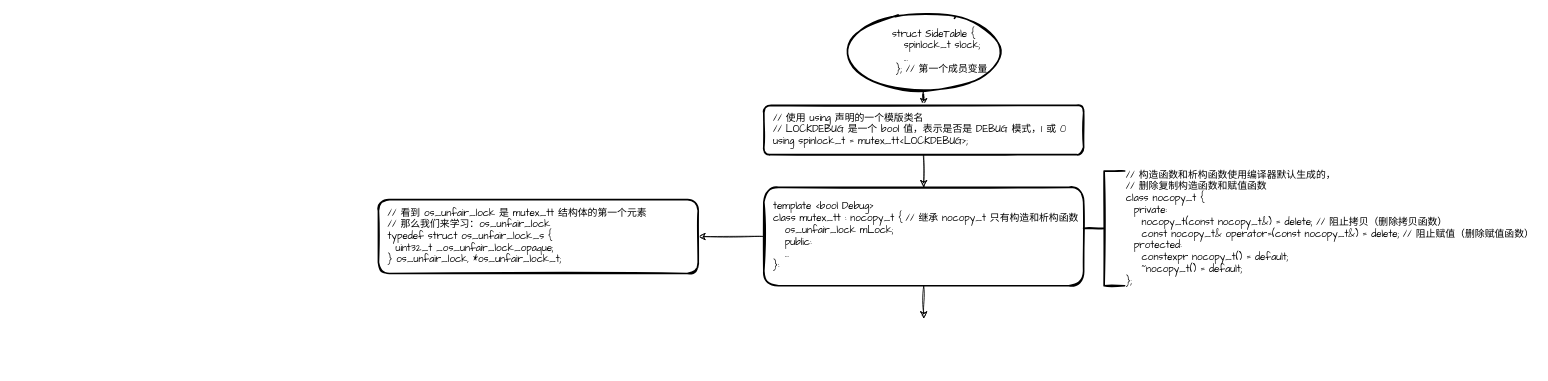
chm994483868/AlgorithmExample keeps this draw.io diagram as Algorithm_C/Block/md/spinlock_t.drawio. Above is the earlier version. Source tidied: cells renumbered, new cells numbered last; positions are measured from the earlier drawing's top-left corner, leaving out a move shared by most shapes. Both pictures are drawn from the tidied source at 82%, with x=0, y=0 at pixel (378, 15).
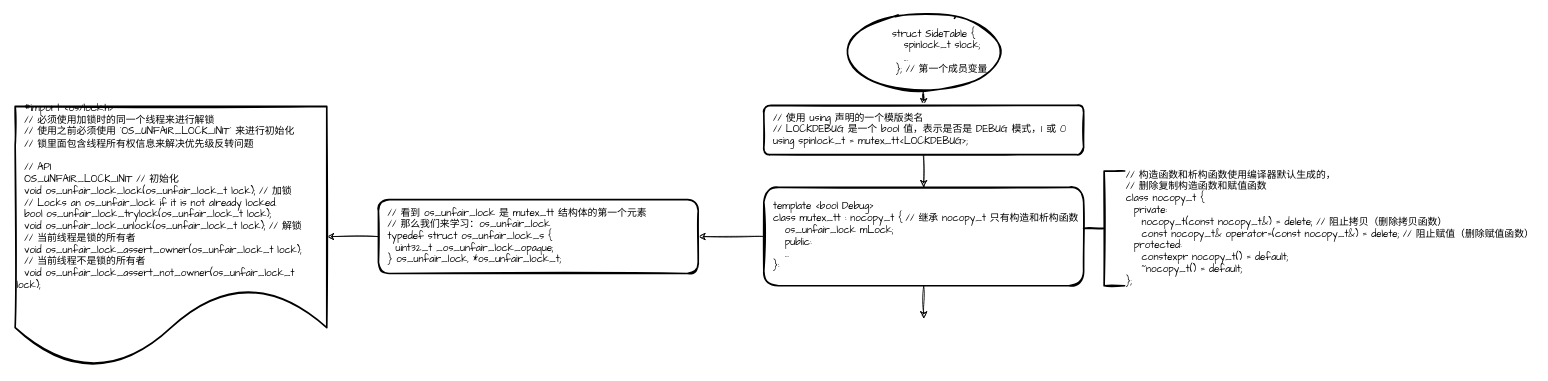
Above is the later version.

Diff of the diagram source:
```diff
@@
 <mxGraphModel>
   <root>
     <mxCell id="0" />
     <mxCell id="1" parent="0" />
     <mxCell id="2" style="edgeStyle=orthogonalEdgeStyle;curved=1;rounded=0;sketch=1;jettySize=auto;html=1;fontFamily=Comic Sans MS;" parent="1" edge="1" source="3" target="5">
       <mxGeometry relative="1" as="geometry" />
     </mxCell>
     <mxCell id="3" value="&lt;div&gt;&amp;nbsp; &amp;nbsp; &amp;nbsp; &amp;nbsp; &amp;nbsp; &amp;nbsp; struct SideTable {&lt;/div&gt;&lt;div&gt;&amp;nbsp; &amp;nbsp; &amp;nbsp; &amp;nbsp; &amp;nbsp; &amp;nbsp; &amp;nbsp; &amp;nbsp;spinlock_t slock;&lt;/div&gt;&lt;div&gt;&amp;nbsp; &amp;nbsp; &amp;nbsp; &amp;nbsp; &amp;nbsp; &amp;nbsp; &amp;nbsp; &amp;nbsp;...&lt;/div&gt;&lt;div&gt;&amp;nbsp; &amp;nbsp; &amp;nbsp; &amp;nbsp; &amp;nbsp; &amp;nbsp; &amp;nbsp;}; // 第一个成员变量&lt;/div&gt;" style="strokeWidth=2;html=1;shape=mxgraph.flowchart.start_1;whiteSpace=wrap;fontFamily=Comic Sans MS;labelBorderColor=none;labelBackgroundColor=none;align=left;sketch=1;rounded=1;" parent="1" vertex="1">
       <mxGeometry x="567" width="196" height="90" as="geometry" />
     </mxCell>
     <mxCell id="4" style="edgeStyle=orthogonalEdgeStyle;curved=1;rounded=0;sketch=1;jettySize=auto;html=1;fontFamily=Comic Sans MS;" parent="1" edge="1" source="5" target="8">
       <mxGeometry relative="1" as="geometry" />
     </mxCell>
     <mxCell id="5" value="&amp;nbsp; // 使用 using 声明的一个模版类名&lt;br&gt;&amp;nbsp; //&amp;nbsp;LOCKDEBUG 是一个 bool 值，表示是否是 DEBUG 模式，1 或 0&lt;br&gt;&amp;nbsp; using spinlock_t = mutex_tt&amp;lt;LOCKDEBUG&amp;gt;;" style="whiteSpace=wrap;html=1;fontFamily=Comic Sans MS;align=left;strokeWidth=2;sketch=1;rounded=1;" parent="1" vertex="1">
       <mxGeometry x="470" y="110" width="390" height="60" as="geometry" />
     </mxCell>
     <mxCell id="6" style="edgeStyle=orthogonalEdgeStyle;curved=1;rounded=0;sketch=1;jettySize=auto;html=1;fontFamily=Comic Sans MS;" parent="1" edge="1" source="8">
       <mxGeometry relative="1" as="geometry">
         <mxPoint x="665" y="370" as="targetPoint" />
       </mxGeometry>
     </mxCell>
     <mxCell id="7" style="edgeStyle=orthogonalEdgeStyle;curved=1;rounded=0;sketch=1;jettySize=auto;html=1;fontFamily=Comic Sans MS;" parent="1" edge="1" source="8" target="10">
       <mxGeometry relative="1" as="geometry" />
     </mxCell>
     <mxCell id="8" value="&lt;div&gt;&amp;nbsp; template &amp;lt;bool Debug&amp;gt;&lt;/div&gt;&lt;div&gt;&amp;nbsp; class mutex_tt : nocopy_t { // 继承 nocopy_t 只有构造和析构函数&lt;/div&gt;&lt;div&gt;&amp;nbsp; &amp;nbsp; &amp;nbsp;os_unfair_lock mLock;&lt;/div&gt;&lt;div&gt;&amp;nbsp; &amp;nbsp; &amp;nbsp;public:&lt;/div&gt;&lt;div&gt;&amp;nbsp; &amp;nbsp; &amp;nbsp;...&lt;/div&gt;&lt;div&gt;&amp;nbsp; }:&lt;/div&gt;" style="whiteSpace=wrap;html=1;fontFamily=Comic Sans MS;align=left;strokeWidth=2;sketch=1;rounded=1;" parent="1" vertex="1">
       <mxGeometry x="470" y="210" width="390" height="120" as="geometry" />
     </mxCell>
     <mxCell id="9" value="&lt;div&gt;//&amp;nbsp;构造函数和析构函数使用编译器默认生成的，&lt;/div&gt;&lt;div&gt;// 删除复制构造函数和赋值函数&lt;/div&gt;&lt;div&gt;class nocopy_t {&lt;/div&gt;&lt;div&gt;&amp;nbsp; private:&lt;/div&gt;&lt;div&gt;&amp;nbsp; &amp;nbsp; nocopy_t(const nocopy_t&amp;amp;) = delete; // 阻止拷贝（删除拷贝函数）&lt;/div&gt;&lt;div&gt;&amp;nbsp; &amp;nbsp; const nocopy_t&amp;amp; operator=(const nocopy_t&amp;amp;) = delete; // 阻止赋值（删除赋值函数）&lt;/div&gt;&lt;div&gt;&amp;nbsp; protected:&lt;/div&gt;&lt;div&gt;&amp;nbsp; &amp;nbsp; constexpr nocopy_t() = default;&lt;/div&gt;&lt;div&gt;&amp;nbsp; &amp;nbsp; ~nocopy_t() = default;&lt;/div&gt;&lt;div&gt;};&lt;/div&gt;" style="strokeWidth=2;html=1;shape=mxgraph.flowchart.annotation_2;align=left;labelPosition=right;rounded=1;labelBackgroundColor=none;sketch=1;fontFamily=Comic Sans MS;" parent="1" vertex="1">
       <mxGeometry x="860" y="190" width="50" height="140" as="geometry" />
     </mxCell>
+    <mxCell id="11" style="edgeStyle=orthogonalEdgeStyle;curved=1;rounded=0;sketch=1;jettySize=auto;html=1;fontFamily=Comic Sans MS;" parent="1" edge="1" source="10" target="12">
+      <mxGeometry relative="1" as="geometry" />
+    </mxCell>
     <mxCell id="10" value="&amp;nbsp; // 看到 os_unfair_lock 是 mutex_tt 结构体的第一个元素&lt;br&gt;&amp;nbsp; // 那么我们来学习：os_unfair_lock&lt;br&gt;&lt;div&gt;&amp;nbsp; typedef struct os_unfair_lock_s {&lt;/div&gt;&lt;div&gt;&lt;span&gt;&lt;/span&gt;&amp;nbsp; &amp;nbsp; uint32_t _os_unfair_lock_opaque;&lt;/div&gt;&lt;div&gt;&amp;nbsp; } os_unfair_lock, *os_unfair_lock_t;&lt;/div&gt;" style="whiteSpace=wrap;html=1;fontFamily=Comic Sans MS;align=left;strokeWidth=2;sketch=1;rounded=1;" parent="1" vertex="1">
       <mxGeometry y="225" width="390" height="90" as="geometry" />
     </mxCell>
+    <mxCell id="12" value="&amp;nbsp;&amp;nbsp;&lt;span&gt;#import &amp;lt;os/lock.h&amp;gt;&lt;/span&gt;&lt;div&gt;&amp;nbsp; // 必须使用加锁时的同一个线程来进行解锁&lt;/div&gt;&lt;div&gt;&amp;nbsp; // 使用之前必须使用 `OS_UNFAIR_LOCK_INIT` 来进行初始化&lt;/div&gt;&lt;div&gt;&amp;nbsp; // 锁里面包含线程所有权信息来解决优先级反转问题&lt;/div&gt;&lt;div&gt;&lt;br&gt;&lt;/div&gt;&lt;div&gt;&amp;nbsp; // API&lt;/div&gt;&lt;div&gt;&amp;nbsp; OS_UNFAIR_LOCK_INIT // 初始化&lt;/div&gt;&lt;div&gt;&amp;nbsp; void os_unfair_lock_lock(os_unfair_lock_t lock); // 加锁&lt;/div&gt;&lt;div&gt;&amp;nbsp; // Locks an os_unfair_lock if it is not already locked.&lt;/div&gt;&lt;div&gt;&amp;nbsp; bool os_unfair_lock_trylock(os_unfair_lock_t lock);&lt;/div&gt;&lt;div&gt;&amp;nbsp; void os_unfair_lock_unlock(os_unfair_lock_t lock); // 解锁&lt;/div&gt;&lt;div&gt;&amp;nbsp; // 当前线程是锁的所有者&lt;br&gt;&lt;/div&gt;&lt;div&gt;&amp;nbsp; void os_unfair_lock_assert_owner(os_unfair_lock_t lock);&amp;nbsp;&lt;/div&gt;&lt;div&gt;&amp;nbsp; // 当前线程不是锁的所有者&lt;br&gt;&lt;/div&gt;&lt;div&gt;&amp;nbsp; void os_unfair_lock_assert_not_owner(os_unfair_lock_t lock);&amp;nbsp;&lt;/div&gt;" style="shape=document;whiteSpace=wrap;html=1;boundedLbl=1;rounded=1;fontFamily=Comic Sans MS;align=left;strokeWidth=2;sketch=1;" parent="1" vertex="1">
+      <mxGeometry x="-443" y="111.2" width="380" height="317.5" as="geometry" />
+    </mxCell>
   </root>
 </mxGraphModel>
```
